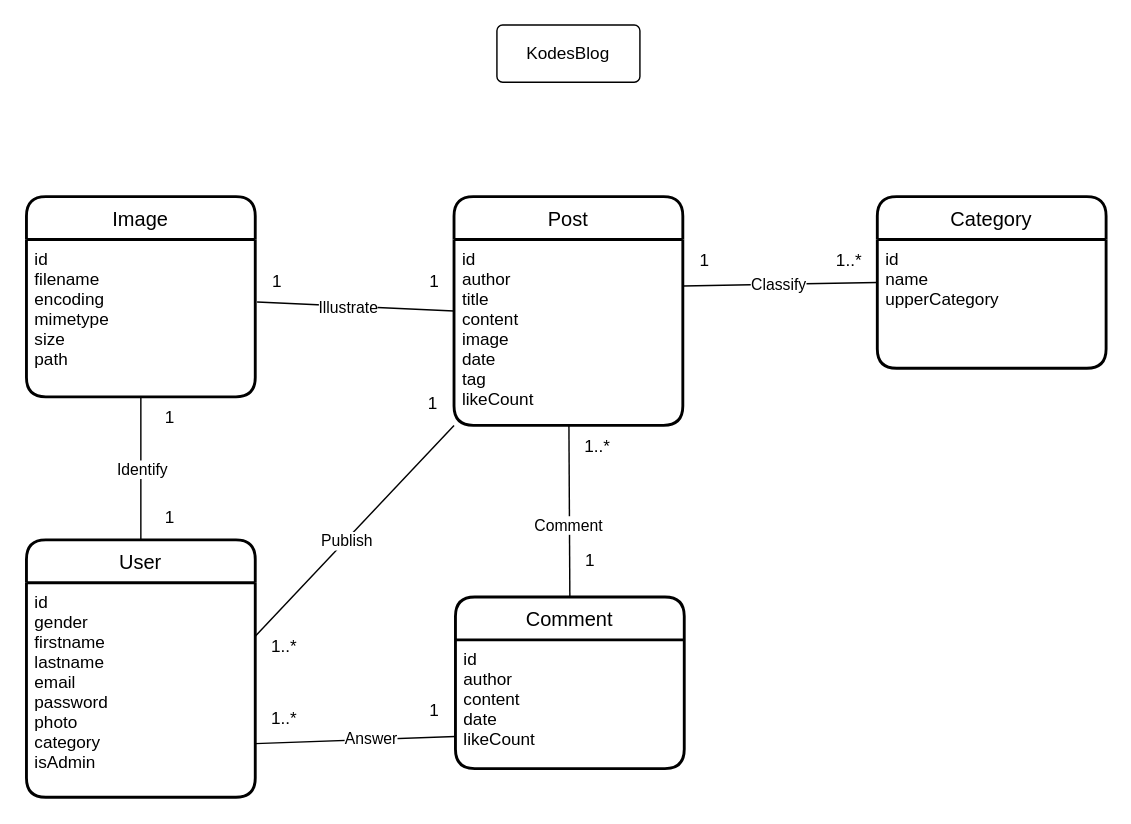
Skodelowski/kodesblog-backend keeps this draw.io diagram as docs/kodesblogMCD.drawio. Above is the earlier version. Source tidied: cells renumbered, new cells numbered last; positions are measured from the earlier drawing's top-left corner, leaving out a move shared by most shapes. Both pictures are drawn from the tidied source at 143%, with x=0, y=0 at pixel (26, 24).
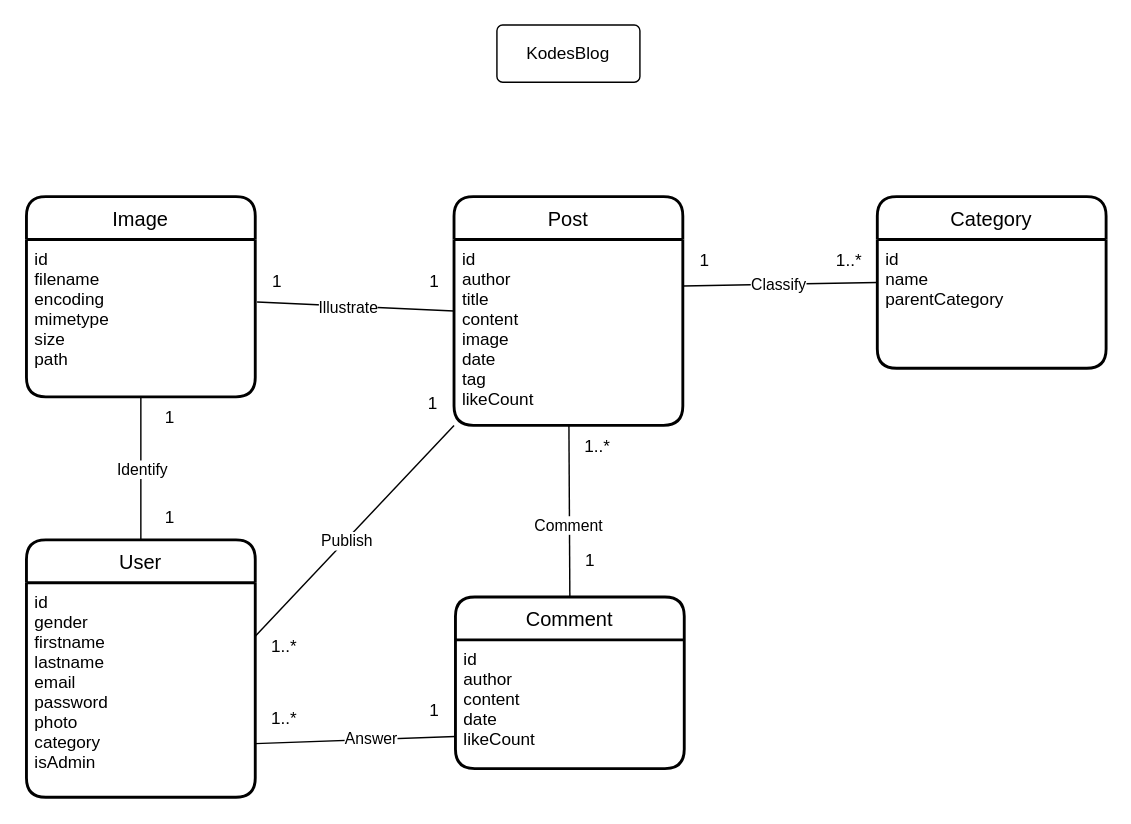
The same page after the edit.

The change refers to these unchanged cells:
```xml
<mxCell id="13" value="Category" style="swimlane;horizontal=1;startSize=30;rounded=1;fontSize=14;fontStyle=0;strokeWidth=2;shadow=0;dashed=0;align=center;" parent="1" vertex="1">
  <mxGeometry x="595" y="120" width="160" height="120" as="geometry" />
</mxCell>
```

Change to the diagram source:
```diff
@@
-    <mxCell id="14" value="id&#10;name&#10;upperCategory" style="align=left;strokeColor=none;fillColor=none;spacingLeft=4;fontSize=12;verticalAlign=top;" parent="13" vertex="1">
+    <mxCell id="14" value="id&#10;name&#10;parentCategory" style="align=left;strokeColor=none;fillColor=none;spacingLeft=4;fontSize=12;verticalAlign=top;" parent="13" vertex="1">
       <mxGeometry y="30" width="160" height="90" as="geometry" />
     </mxCell>
```
